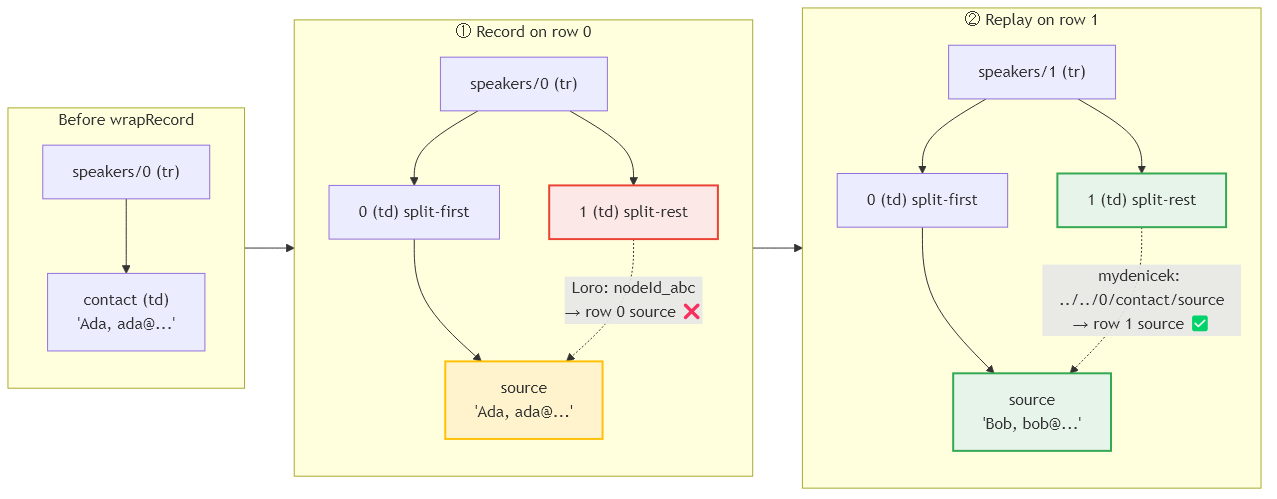
The Mermaid diagram img/retargeting.png in krsion/master-thesis, before a commit. Its source is kept beside it as img/retargeting.mmd.
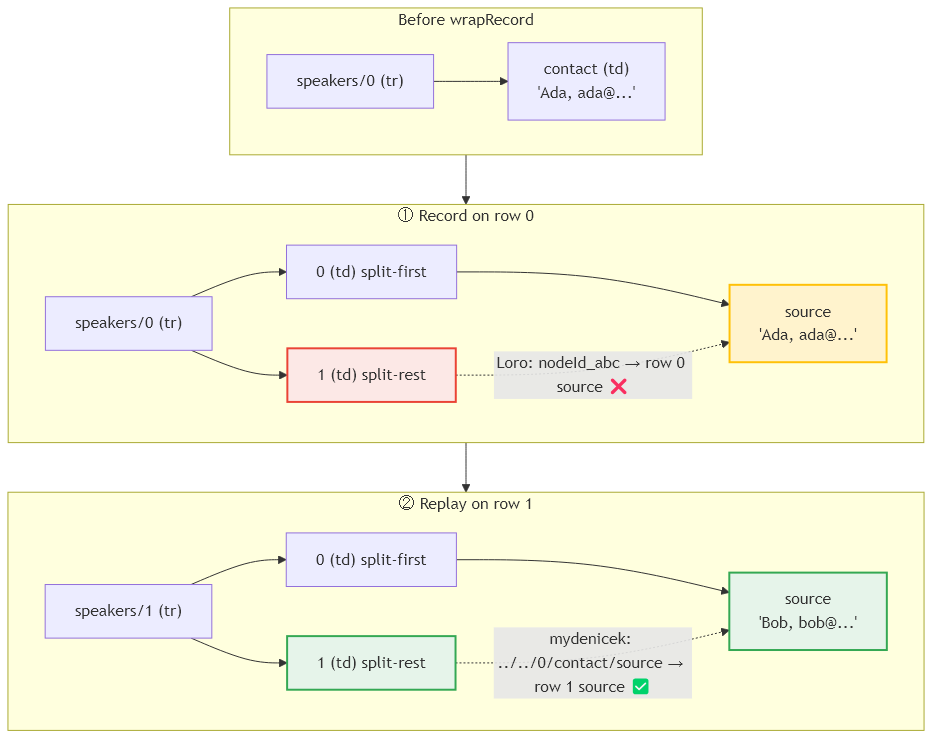
Later version of the same file.

Commit message:
Make retargeting diagram vertical for better readability

Change to the diagram source:
```diff
@@ -1,13 +1,13 @@
-graph LR
+graph TB
     subgraph before["Before wrapRecord"]
-        direction TB
+        direction LR
         B0["speakers/0 (tr)"]
         B0C["contact (td)<br/>'Ada, ada@...'"]
         B0 --> B0C
     end
 
     subgraph record["① Record on row 0"]
-        direction TB
+        direction LR
         R0["speakers/0 (tr)"]
         R0a["0 (td) split-first"]
         R0s["source<br/>'Ada, ada@...'"]
@@ -18,7 +18,7 @@
     end
 
     subgraph replay["② Replay on row 1"]
-        direction TB
+        direction LR
         R1["speakers/1 (tr)"]
         R1a["0 (td) split-first"]
         R1s["source<br/>'Bob, bob@...'"]
@@ -30,8 +30,8 @@
 
     before --> record --> replay
 
-    R0b -. "Loro: nodeId_abc<br/>→ row 0 source ❌" .-> R0s
-    R1b -. "mydenicek: ../../0/contact/source<br/>→ row 1 source ✅" .-> R1s
+    R0b -. "Loro: nodeId_abc → row 0 source ❌" .-> R0s
+    R1b -. "mydenicek: ../../0/contact/source → row 1 source ✅" .-> R1s
 
     style R0b fill:#fce8e6,stroke:#ea4335,stroke-width:2px
     style R1b fill:#e6f4ea,stroke:#34a853,stroke-width:2px
```
